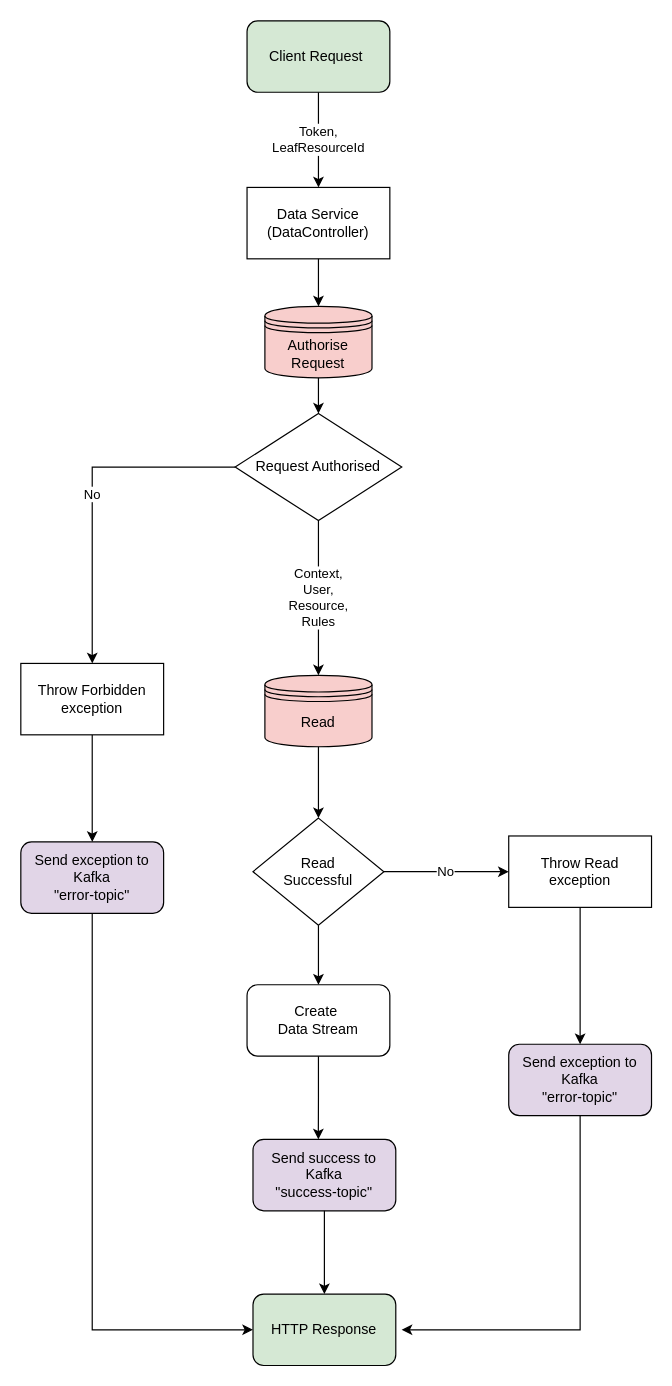
gchq/Palisade-services keeps this draw.io diagram as data-service/doc/data-service.drawio. Above is the earlier version. Source tidied: cells renumbered, new cells numbered last; positions are measured from the earlier drawing's top-left corner, leaving out a move shared by most shapes. Both pictures are drawn from the tidied source at 119%, with x=0, y=0 at pixel (20, 20).
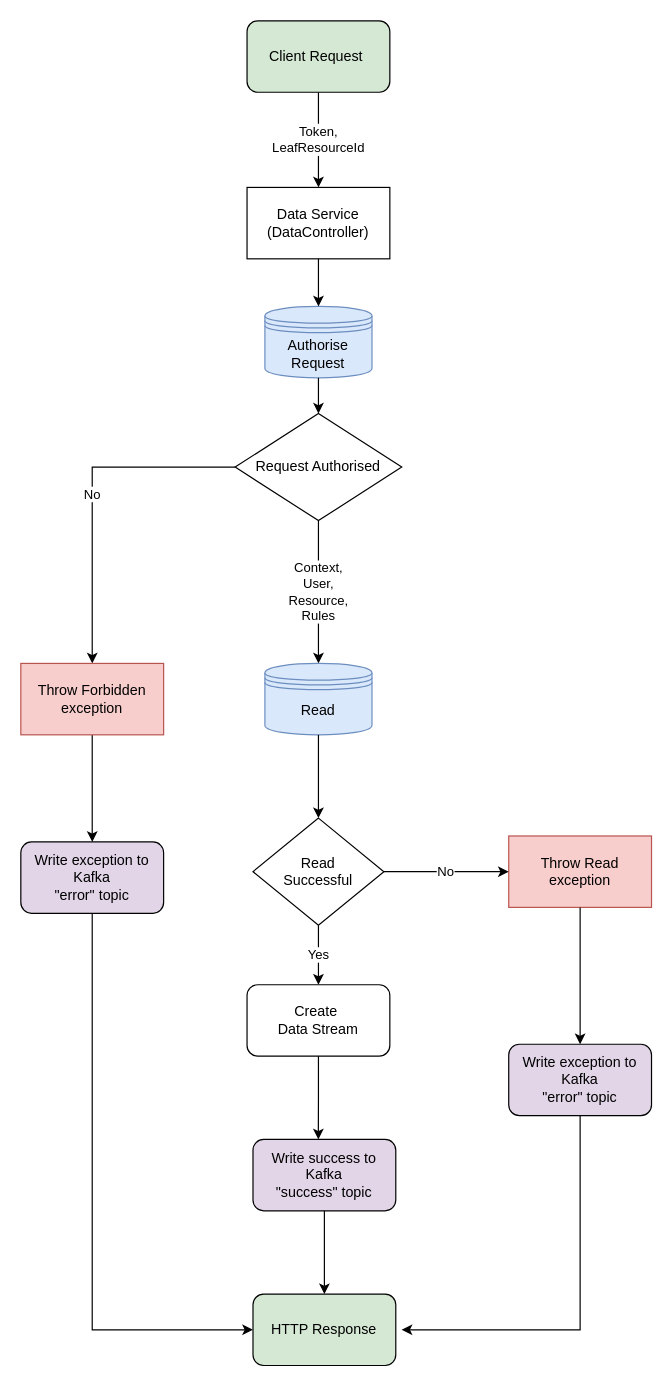
Above is the later version.

Unchanged cells that the change refers to:
```xml
<mxCell id="13" value="Read&lt;br&gt;Successful" style="rhombus;whiteSpace=wrap;html=1;" parent="1" vertex="1">
  <mxGeometry x="195.1" y="670" width="110" height="90" as="geometry" />
</mxCell>
<mxCell id="22" value="&lt;div&gt;Create&amp;nbsp;&lt;/div&gt;&lt;div&gt;Data Stream&lt;/div&gt;" style="rounded=1;whiteSpace=wrap;html=1;" parent="1" vertex="1">
  <mxGeometry x="190.1" y="810" width="120" height="60" as="geometry" />
</mxCell>
```

The edit, as a diff of the source:
```diff
@@
-    <mxCell id="6" value="Throw Forbidden exception" style="rounded=0;whiteSpace=wrap;html=1;" parent="1" vertex="1">
+    <mxCell id="6" value="Throw Forbidden exception" style="rounded=0;whiteSpace=wrap;html=1;fillColor=#f8cecc;strokeColor=#b85450;" parent="1" vertex="1">
       <mxGeometry y="540" width="120" height="60" as="geometry" />
     </mxCell>
-    <mxCell id="7" value="&lt;div&gt;&lt;span&gt;Send exception to Kafka&lt;/span&gt;&lt;/div&gt;&lt;div&gt;&lt;span&gt;&quot;error-topic&quot;&lt;br&gt;&lt;/span&gt;&lt;/div&gt;" style="rounded=1;whiteSpace=wrap;html=1;fillColor=#E1D5E7;" parent="1" vertex="1">
+    <mxCell id="7" value="&lt;div&gt;&lt;span&gt;Write exception to Kafka&lt;/span&gt;&lt;/div&gt;&lt;div&gt;&lt;span&gt;&quot;error&quot; topic&lt;br&gt;&lt;/span&gt;&lt;/div&gt;" style="rounded=1;whiteSpace=wrap;html=1;fillColor=#E1D5E7;" parent="1" vertex="1">
       <mxGeometry y="690" width="120" height="60" as="geometry" />
     </mxCell>
@@
-    <mxCell id="14" value="Throw Read exception" style="rounded=0;whiteSpace=wrap;html=1;" parent="1" vertex="1">
+    <mxCell id="14" value="Throw Read exception" style="rounded=0;whiteSpace=wrap;html=1;fillColor=#f8cecc;strokeColor=#b85450;" parent="1" vertex="1">
       <mxGeometry x="410" y="685" width="120" height="60" as="geometry" />
     </mxCell>
@@
-    <mxCell id="16" value="&lt;div&gt;&lt;span&gt;Send exception to Kafka&lt;/span&gt;&lt;/div&gt;&lt;div&gt;&lt;span&gt;&quot;error-topic&quot;&lt;br&gt;&lt;/span&gt;&lt;/div&gt;" style="rounded=1;whiteSpace=wrap;html=1;fillColor=#E1D5E7;" parent="1" vertex="1">
+    <mxCell id="16" value="&lt;div&gt;&lt;span&gt;Write exception to Kafka&lt;/span&gt;&lt;/div&gt;&lt;div&gt;&lt;span&gt;&quot;error&quot; topic&lt;br&gt;&lt;/span&gt;&lt;/div&gt;" style="rounded=1;whiteSpace=wrap;html=1;fillColor=#E1D5E7;" parent="1" vertex="1">
       <mxGeometry x="410" y="860" width="120" height="60" as="geometry" />
     </mxCell>
@@
-    <mxCell id="19" value="&lt;div&gt;&lt;span&gt;Send success to Kafka&lt;/span&gt;&lt;/div&gt;&lt;div&gt;&lt;span&gt;&quot;success-topic&quot;&lt;br&gt;&lt;/span&gt;&lt;/div&gt;" style="rounded=1;whiteSpace=wrap;html=1;fillColor=#E1D5E7;" parent="1" vertex="1">
+    <mxCell id="19" value="&lt;div&gt;&lt;span&gt;Write success to Kafka&lt;/span&gt;&lt;/div&gt;&lt;div&gt;&lt;span&gt;&quot;success&quot; topic&lt;br&gt;&lt;/span&gt;&lt;/div&gt;" style="rounded=1;whiteSpace=wrap;html=1;fillColor=#E1D5E7;" parent="1" vertex="1">
       <mxGeometry x="195.1" y="940" width="120" height="60" as="geometry" />
     </mxCell>
-    <mxCell id="20" style="edgeStyle=orthogonalEdgeStyle;rounded=0;jettySize=auto;html=1;exitX=0.5;exitY=1;exitDx=0;exitDy=0;entryX=0.5;entryY=0;entryDx=0;entryDy=0;" parent="1" edge="1" source="13" target="22">
+    <mxCell id="20" value="Yes" style="edgeStyle=orthogonalEdgeStyle;rounded=0;jettySize=auto;html=1;exitX=0.5;exitY=1;exitDx=0;exitDy=0;entryX=0.5;entryY=0;entryDx=0;entryDy=0;" parent="1" edge="1" source="13" target="22">
       <mxGeometry relative="1" as="geometry" />
     </mxCell>
@@
-    <mxCell id="24" value="&lt;span&gt;Authorise Request&lt;/span&gt;" style="shape=datastore;whiteSpace=wrap;html=1;fillColor=#F8CECC;" parent="1" vertex="1">
+    <mxCell id="24" value="&lt;span&gt;Authorise Request&lt;/span&gt;" style="shape=datastore;whiteSpace=wrap;html=1;fillColor=#dae8fc;strokeColor=#6c8ebf;" parent="1" vertex="1">
       <mxGeometry x="205.1" y="240" width="90" height="60" as="geometry" />
     </mxCell>
-    <mxCell id="25" value="&lt;span&gt;Read&lt;/span&gt;" style="shape=datastore;whiteSpace=wrap;html=1;fillColor=#F8CECC;" parent="1" vertex="1">
-      <mxGeometry x="205.1" y="550" width="90" height="60" as="geometry" />
+    <mxCell id="25" value="&lt;span&gt;Read&lt;/span&gt;" style="shape=datastore;whiteSpace=wrap;html=1;fillColor=#dae8fc;strokeColor=#6c8ebf;" parent="1" vertex="1">
+      <mxGeometry x="205.1" y="540" width="90" height="60" as="geometry" />
     </mxCell>
```
